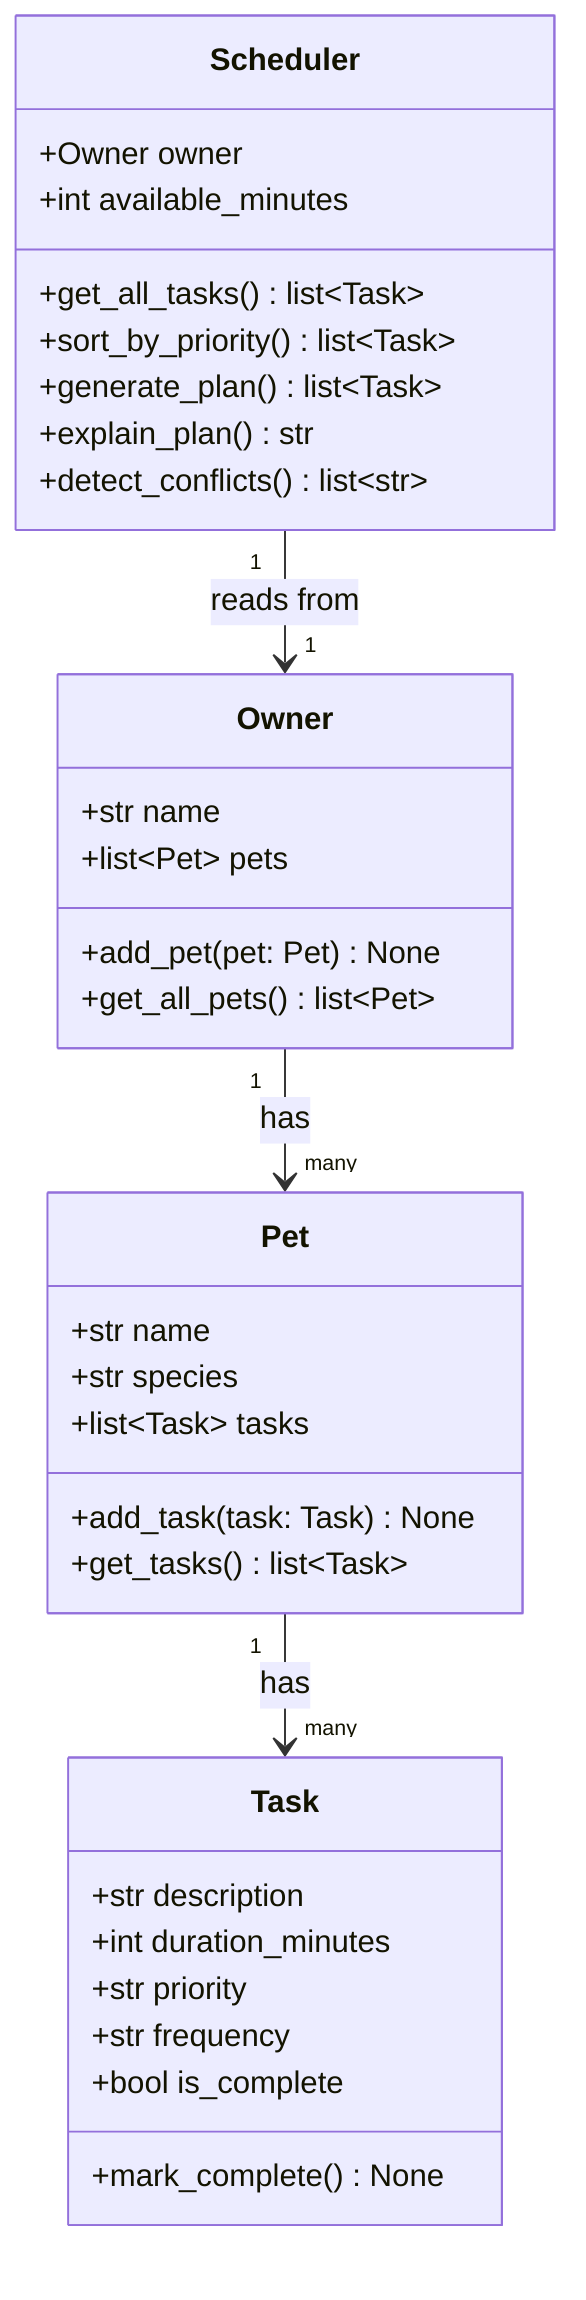
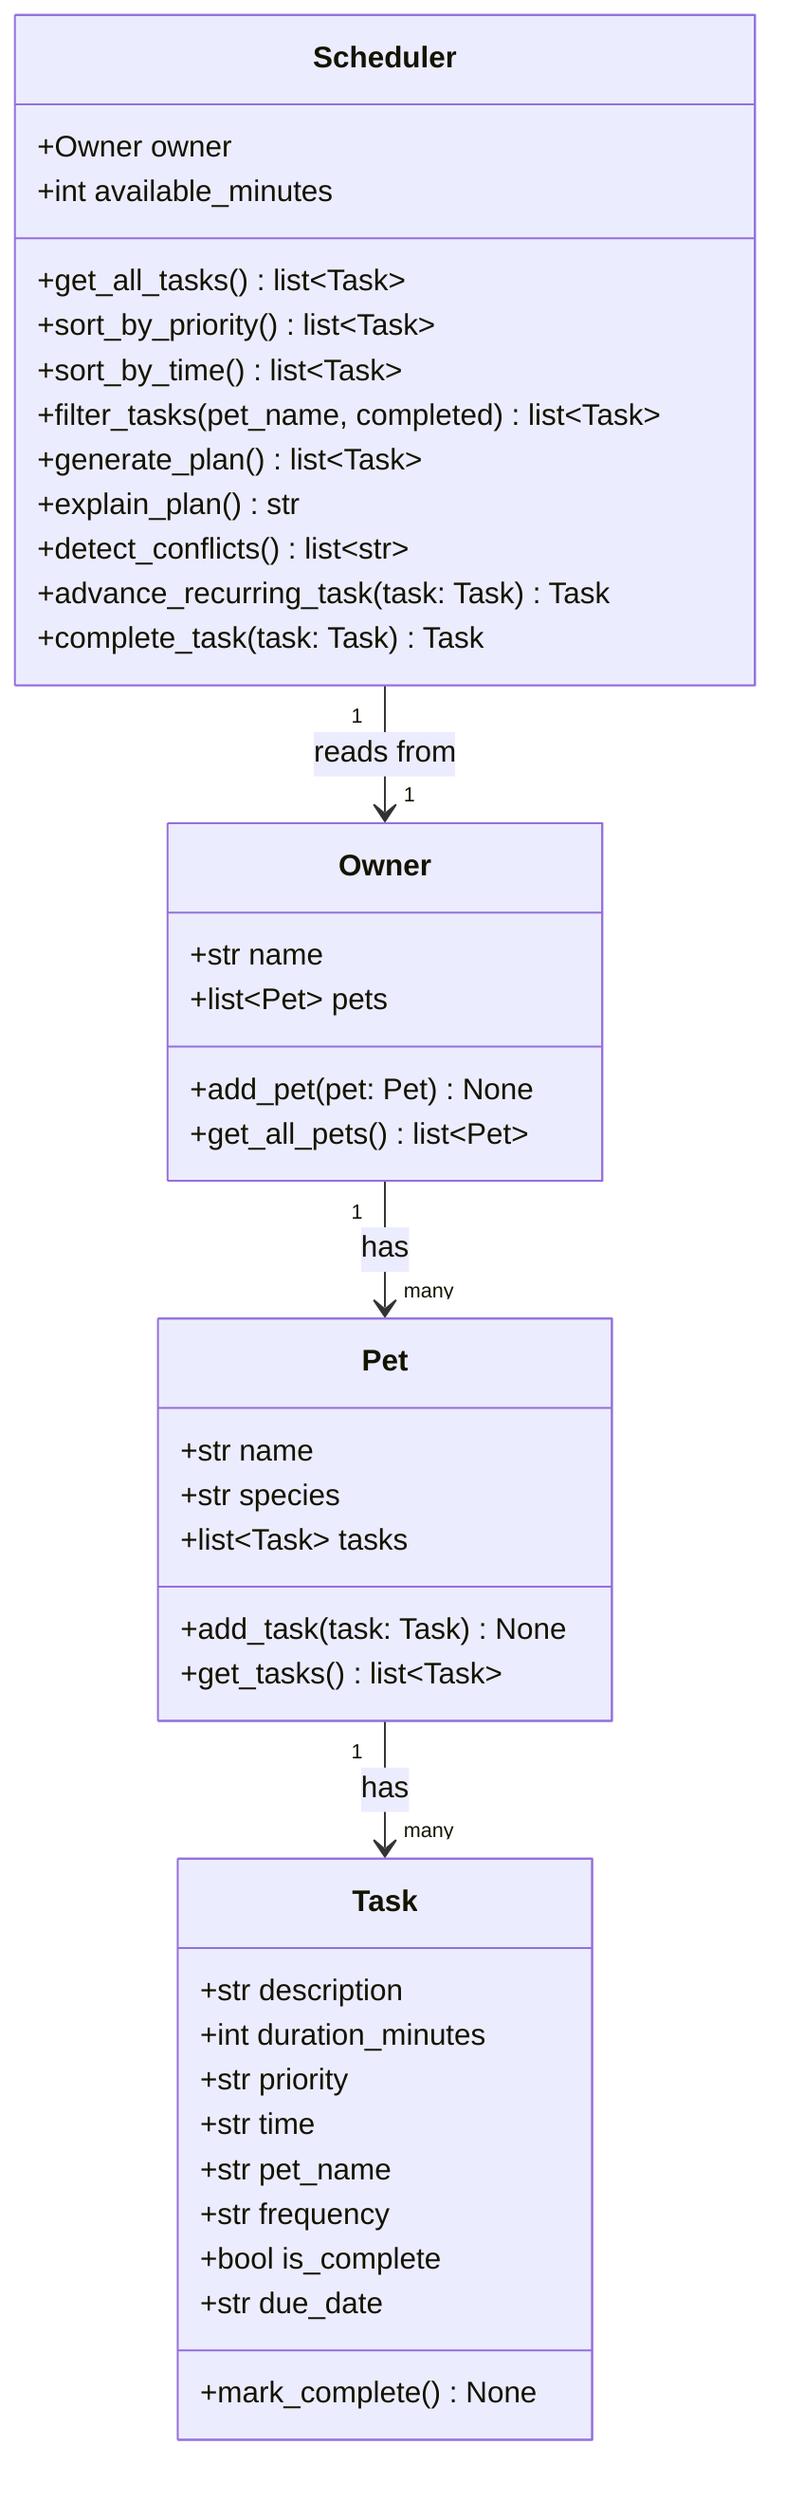
classDiagram
    class Owner {
        +str name
        +list~Pet~ pets
        +add_pet(pet: Pet) None
        +get_all_pets() list~Pet~
    }

    class Pet {
        +str name
        +str species
        +list~Task~ tasks
        +add_task(task: Task) None
        +get_tasks() list~Task~
    }

    class Task {
        +str description
        +int duration_minutes
        +str priority
+         +str time
+         +str pet_name
        +str frequency
        +bool is_complete
+         +str due_date
        +mark_complete() None
    }

    class Scheduler {
        +Owner owner
        +int available_minutes
        +get_all_tasks() list~Task~
        +sort_by_priority() list~Task~
+         +sort_by_time() list~Task~
+         +filter_tasks(pet_name, completed) list~Task~
        +generate_plan() list~Task~
        +explain_plan() str
        +detect_conflicts() list~str~
+         +advance_recurring_task(task: Task) Task
+         +complete_task(task: Task) Task
    }

    Owner "1" --> "many" Pet : has
    Pet "1" --> "many" Task : has
    Scheduler "1" --> "1" Owner : reads from